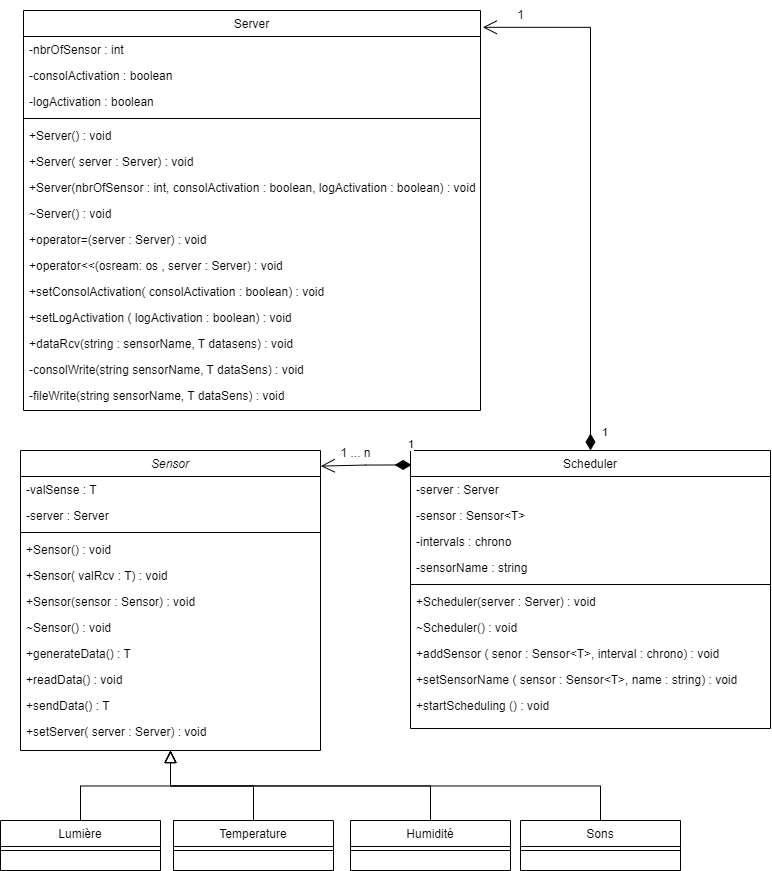
This is Diagramme_UML_AP4A.drawio.png from Lucashblt/Projet_APAA, a draw.io export, as it was before one commit. Source tidied: cells renumbered, new cells last; positions are measured from the earlier drawing's top-left corner, leaving out a move shared by most shapes. Its diagram source:
```xml
<mxGraphModel>
  <root>
    <mxCell id="0" />
    <mxCell id="1" parent="0" />
    <mxCell id="2" value="Sensor" style="swimlane;fontStyle=2;align=center;verticalAlign=top;horizontal=1;startSize=26;rounded=0;shadow=0;strokeWidth=1;" parent="1" vertex="1">
      <mxGeometry x="20" y="450" width="300" height="300" as="geometry" />
    </mxCell>
    <mxCell id="3" value="-valSense : T" style="text;align=left;verticalAlign=top;spacingLeft=4;spacingRight=4;overflow=hidden;" parent="2" vertex="1">
      <mxGeometry y="26" width="300" height="26" as="geometry" />
    </mxCell>
    <mxCell id="4" value="-server : Server" style="text;align=left;verticalAlign=top;spacingLeft=4;spacingRight=4;overflow=hidden;rounded=0;shadow=0;html=0;" parent="2" vertex="1">
      <mxGeometry y="52" width="300" height="26" as="geometry" />
    </mxCell>
    <mxCell id="5" style="line;html=1;strokeWidth=1;align=left;verticalAlign=middle;spacingTop=-1;spacingLeft=3;spacingRight=3;labelPosition=right;" parent="2" vertex="1">
      <mxGeometry y="78" width="300" height="8" as="geometry" />
    </mxCell>
    <mxCell id="6" value="+Sensor() : void" style="text;align=left;verticalAlign=top;spacingLeft=4;spacingRight=4;overflow=hidden;rounded=0;shadow=0;html=0;" parent="2" vertex="1">
      <mxGeometry y="86" width="300" height="26" as="geometry" />
    </mxCell>
    <mxCell id="7" value="+Sensor( valRcv : T) : void" style="text;align=left;verticalAlign=top;spacingLeft=4;spacingRight=4;overflow=hidden;" parent="2" vertex="1">
      <mxGeometry y="112" width="300" height="26" as="geometry" />
    </mxCell>
    <mxCell id="8" value="+Sensor(sensor : Sensor) : void" style="text;align=left;verticalAlign=top;spacingLeft=4;spacingRight=4;overflow=hidden;" parent="2" vertex="1">
      <mxGeometry y="138" width="300" height="26" as="geometry" />
    </mxCell>
    <mxCell id="9" value="~Sensor() : void" style="text;align=left;verticalAlign=top;spacingLeft=4;spacingRight=4;overflow=hidden;" parent="2" vertex="1">
      <mxGeometry y="164" width="300" height="26" as="geometry" />
    </mxCell>
    <mxCell id="10" value="+generateData() : T" style="text;align=left;verticalAlign=top;spacingLeft=4;spacingRight=4;overflow=hidden;" parent="2" vertex="1">
      <mxGeometry y="190" width="300" height="26" as="geometry" />
    </mxCell>
    <mxCell id="11" value="+readData() : void" style="text;align=left;verticalAlign=top;spacingLeft=4;spacingRight=4;overflow=hidden;" parent="2" vertex="1">
      <mxGeometry y="216" width="300" height="26" as="geometry" />
    </mxCell>
    <mxCell id="12" value="+sendData() : T" style="text;align=left;verticalAlign=top;spacingLeft=4;spacingRight=4;overflow=hidden;" parent="2" vertex="1">
      <mxGeometry y="242" width="300" height="26" as="geometry" />
    </mxCell>
    <mxCell id="13" value="+setServer( server : Server) : void" style="text;align=left;verticalAlign=top;spacingLeft=4;spacingRight=4;overflow=hidden;" parent="2" vertex="1">
      <mxGeometry y="268" width="300" height="26" as="geometry" />
    </mxCell>
    <mxCell id="14" value="Temperature" style="swimlane;fontStyle=0;align=center;verticalAlign=top;horizontal=1;startSize=26;rounded=0;shadow=0;strokeWidth=1;" parent="1" vertex="1">
      <mxGeometry x="173" y="820" width="160" height="50" as="geometry" />
    </mxCell>
    <mxCell id="15" style="line;html=1;strokeWidth=1;align=left;verticalAlign=middle;spacingTop=-1;spacingLeft=3;spacingRight=3;labelPosition=right;" parent="14" vertex="1">
      <mxGeometry y="26" width="160" height="8" as="geometry" />
    </mxCell>
    <mxCell id="16" style="endArrow=block;endSize=10;endFill=0;shadow=0;strokeWidth=1;rounded=0;edgeStyle=elbowEdgeStyle;elbow=vertical;" parent="1" edge="1" source="14" target="2">
      <mxGeometry relative="1" as="geometry" />
    </mxCell>
    <mxCell id="17" value="Humidité" style="swimlane;fontStyle=0;align=center;verticalAlign=top;horizontal=1;startSize=26;rounded=0;shadow=0;strokeWidth=1;" parent="1" vertex="1">
      <mxGeometry x="350" y="820" width="160" height="50" as="geometry" />
    </mxCell>
    <mxCell id="18" style="line;html=1;strokeWidth=1;align=left;verticalAlign=middle;spacingTop=-1;spacingLeft=3;spacingRight=3;labelPosition=right;" parent="17" vertex="1">
      <mxGeometry y="26" width="160" height="8" as="geometry" />
    </mxCell>
    <mxCell id="19" style="endArrow=block;endSize=10;endFill=0;shadow=0;strokeWidth=1;rounded=0;edgeStyle=elbowEdgeStyle;elbow=vertical;" parent="1" edge="1" source="17" target="2">
      <mxGeometry relative="1" as="geometry" />
    </mxCell>
    <mxCell id="20" value="Scheduler" style="swimlane;fontStyle=0;align=center;verticalAlign=top;horizontal=1;startSize=26;rounded=0;shadow=0;strokeWidth=1;" parent="1" vertex="1">
      <mxGeometry x="410" y="450" width="360" height="278" as="geometry" />
    </mxCell>
    <mxCell id="21" value="-server : Server" style="text;align=left;verticalAlign=top;spacingLeft=4;spacingRight=4;overflow=hidden;" parent="20" vertex="1">
      <mxGeometry y="26" width="360" height="26" as="geometry" />
    </mxCell>
    <mxCell id="22" value="-sensor : Sensor&lt;T&gt;" style="text;align=left;verticalAlign=top;spacingLeft=4;spacingRight=4;overflow=hidden;rounded=0;shadow=0;html=0;" parent="20" vertex="1">
      <mxGeometry y="52" width="360" height="26" as="geometry" />
    </mxCell>
    <mxCell id="23" value="-intervals : chrono" style="text;align=left;verticalAlign=top;spacingLeft=4;spacingRight=4;overflow=hidden;rounded=0;shadow=0;html=0;" parent="20" vertex="1">
      <mxGeometry y="78" width="360" height="26" as="geometry" />
    </mxCell>
    <mxCell id="24" value="-sensorName : string" style="text;align=left;verticalAlign=top;spacingLeft=4;spacingRight=4;overflow=hidden;rounded=0;shadow=0;html=0;" parent="20" vertex="1">
      <mxGeometry y="104" width="360" height="26" as="geometry" />
    </mxCell>
    <mxCell id="25" style="line;html=1;strokeWidth=1;align=left;verticalAlign=middle;spacingTop=-1;spacingLeft=3;spacingRight=3;labelPosition=right;" parent="20" vertex="1">
      <mxGeometry y="130" width="360" height="8" as="geometry" />
    </mxCell>
    <mxCell id="26" value="+Scheduler(server : Server) : void" style="text;align=left;verticalAlign=top;spacingLeft=4;spacingRight=4;overflow=hidden;" parent="20" vertex="1">
      <mxGeometry y="138" width="360" height="26" as="geometry" />
    </mxCell>
    <mxCell id="27" value="~Scheduler() : void" style="text;align=left;verticalAlign=top;spacingLeft=4;spacingRight=4;overflow=hidden;rounded=0;shadow=0;html=0;" parent="20" vertex="1">
      <mxGeometry y="164" width="360" height="26" as="geometry" />
    </mxCell>
    <mxCell id="28" value="+addSensor ( senor : Sensor&lt;T&gt;, interval : chrono) : void" style="text;align=left;verticalAlign=top;spacingLeft=4;spacingRight=4;overflow=hidden;" parent="20" vertex="1">
      <mxGeometry y="190" width="360" height="26" as="geometry" />
    </mxCell>
    <mxCell id="29" value="+setSensorName ( sensor : Sensor&lt;T&gt;, name : string) : void" style="text;align=left;verticalAlign=top;spacingLeft=4;spacingRight=4;overflow=hidden;" parent="20" vertex="1">
      <mxGeometry y="216" width="360" height="26" as="geometry" />
    </mxCell>
    <mxCell id="30" value="+startScheduling () : void" style="text;align=left;verticalAlign=top;spacingLeft=4;spacingRight=4;overflow=hidden;" parent="20" vertex="1">
      <mxGeometry y="242" width="360" height="26" as="geometry" />
    </mxCell>
    <mxCell id="31" value="Server" style="swimlane;fontStyle=0;align=center;verticalAlign=top;horizontal=1;startSize=26;rounded=0;shadow=0;strokeWidth=1;" parent="1" vertex="1">
      <mxGeometry x="23" y="10" width="457" height="400" as="geometry" />
    </mxCell>
    <mxCell id="32" value="-nbrOfSensor : int&#10;" style="text;align=left;verticalAlign=top;spacingLeft=4;spacingRight=4;overflow=hidden;" parent="31" vertex="1">
      <mxGeometry y="26" width="457" height="26" as="geometry" />
    </mxCell>
    <mxCell id="33" value="-consolActivation : boolean" style="text;align=left;verticalAlign=top;spacingLeft=4;spacingRight=4;overflow=hidden;rounded=0;shadow=0;html=0;" parent="31" vertex="1">
      <mxGeometry y="52" width="457" height="26" as="geometry" />
    </mxCell>
    <mxCell id="34" value="-logActivation : boolean" style="text;align=left;verticalAlign=top;spacingLeft=4;spacingRight=4;overflow=hidden;rounded=0;shadow=0;html=0;" parent="31" vertex="1">
      <mxGeometry y="78" width="457" height="26" as="geometry" />
    </mxCell>
    <mxCell id="35" style="line;html=1;strokeWidth=1;align=left;verticalAlign=middle;spacingTop=-1;spacingLeft=3;spacingRight=3;labelPosition=right;" parent="31" vertex="1">
      <mxGeometry y="104" width="457" height="8" as="geometry" />
    </mxCell>
    <mxCell id="36" value="+Server() : void" style="text;align=left;verticalAlign=top;spacingLeft=4;spacingRight=4;overflow=hidden;" parent="31" vertex="1">
      <mxGeometry y="112" width="457" height="26" as="geometry" />
    </mxCell>
    <mxCell id="37" value="+Server( server : Server) : void&#10;" style="text;align=left;verticalAlign=top;spacingLeft=4;spacingRight=4;overflow=hidden;" parent="31" vertex="1">
      <mxGeometry y="138" width="457" height="26" as="geometry" />
    </mxCell>
    <mxCell id="38" value="+Server(nbrOfSensor : int, consolActivation : boolean, logActivation : boolean) : void" style="text;align=left;verticalAlign=top;spacingLeft=4;spacingRight=4;overflow=hidden;" parent="31" vertex="1">
      <mxGeometry y="164" width="457" height="26" as="geometry" />
    </mxCell>
    <mxCell id="39" value="~Server() : void" style="text;align=left;verticalAlign=top;spacingLeft=4;spacingRight=4;overflow=hidden;" parent="31" vertex="1">
      <mxGeometry y="190" width="457" height="26" as="geometry" />
    </mxCell>
    <mxCell id="40" value="+operator=(server : Server) : void" style="text;align=left;verticalAlign=top;spacingLeft=4;spacingRight=4;overflow=hidden;" parent="31" vertex="1">
      <mxGeometry y="216" width="457" height="26" as="geometry" />
    </mxCell>
    <mxCell id="41" value="+operator&lt;&lt;(osream: os , server : Server) : void" style="text;align=left;verticalAlign=top;spacingLeft=4;spacingRight=4;overflow=hidden;" parent="31" vertex="1">
      <mxGeometry y="242" width="457" height="26" as="geometry" />
    </mxCell>
    <mxCell id="42" value="+setConsolActivation( consolActivation : boolean) : void" style="text;align=left;verticalAlign=top;spacingLeft=4;spacingRight=4;overflow=hidden;" parent="31" vertex="1">
      <mxGeometry y="268" width="457" height="26" as="geometry" />
    </mxCell>
    <mxCell id="43" value="+setLogActivation ( logActivation : boolean) : void" style="text;align=left;verticalAlign=top;spacingLeft=4;spacingRight=4;overflow=hidden;" parent="31" vertex="1">
      <mxGeometry y="294" width="457" height="26" as="geometry" />
    </mxCell>
    <mxCell id="44" value="+dataRcv(string : sensorName, T datasens) : void" style="text;align=left;verticalAlign=top;spacingLeft=4;spacingRight=4;overflow=hidden;" parent="31" vertex="1">
      <mxGeometry y="320" width="457" height="26" as="geometry" />
    </mxCell>
    <mxCell id="45" value="-consolWrite(string sensorName, T dataSens) : void " style="text;align=left;verticalAlign=top;spacingLeft=4;spacingRight=4;overflow=hidden;rounded=0;shadow=0;html=0;" parent="31" vertex="1">
      <mxGeometry y="346" width="457" height="26" as="geometry" />
    </mxCell>
    <mxCell id="46" value="-fileWrite(string sensorName, T dataSens) : void" style="text;align=left;verticalAlign=top;spacingLeft=4;spacingRight=4;overflow=hidden;rounded=0;shadow=0;html=0;" parent="31" vertex="1">
      <mxGeometry y="372" width="457" height="26" as="geometry" />
    </mxCell>
    <mxCell id="47" style="align=right;verticalAlign=bottom;labelBackgroundColor=none;fontSize=12;" parent="1" vertex="1">
      <mxGeometry x="183" y="482" as="geometry" />
    </mxCell>
    <mxCell id="48" value="1" style="endArrow=open;html=1;endSize=12;startArrow=diamondThin;startSize=14;startFill=1;edgeStyle=orthogonalEdgeStyle;align=left;verticalAlign=bottom;rounded=0;exitX=0.5;exitY=0;exitDx=0;exitDy=0;entryX=1.005;entryY=0.042;entryDx=0;entryDy=0;entryPerimeter=0;" parent="1" edge="1" source="20" target="31">
      <mxGeometry x="-0.97" y="-10" relative="1" as="geometry">
        <Array as="points">
          <mxPoint x="590" y="27" />
        </Array>
      </mxGeometry>
    </mxCell>
    <mxCell id="49" value="1" style="text;html=1;align=center;verticalAlign=middle;strokeColor=none;fillColor=none;" parent="1" vertex="1">
      <mxGeometry x="505" width="30" height="30" as="geometry" />
    </mxCell>
    <mxCell id="50" value="1" style="endArrow=open;html=1;endSize=12;startArrow=diamondThin;startSize=14;startFill=1;edgeStyle=orthogonalEdgeStyle;align=left;verticalAlign=bottom;rounded=0;entryX=1.001;entryY=0.052;entryDx=0;entryDy=0;entryPerimeter=0;exitX=0.003;exitY=0.052;exitDx=0;exitDy=0;exitPerimeter=0;" parent="1" edge="1" source="20" target="2">
      <mxGeometry x="-0.9" y="-11" relative="1" as="geometry" />
    </mxCell>
    <mxCell id="51" value="1 ... n" style="text;html=1;align=center;verticalAlign=middle;strokeColor=none;fillColor=none;" parent="1" vertex="1">
      <mxGeometry x="330" y="438" width="50" height="30" as="geometry" />
    </mxCell>
    <mxCell id="52" value="Lumière" style="swimlane;fontStyle=0;align=center;verticalAlign=top;horizontal=1;startSize=26;rounded=0;shadow=0;strokeWidth=1;" parent="1" vertex="1">
      <mxGeometry y="820" width="160" height="50" as="geometry" />
    </mxCell>
    <mxCell id="53" style="line;html=1;strokeWidth=1;align=left;verticalAlign=middle;spacingTop=-1;spacingLeft=3;spacingRight=3;labelPosition=right;" parent="52" vertex="1">
      <mxGeometry y="26" width="160" height="8" as="geometry" />
    </mxCell>
    <mxCell id="54" value="Sons" style="swimlane;fontStyle=0;align=center;verticalAlign=top;horizontal=1;startSize=26;rounded=0;shadow=0;strokeWidth=1;" parent="1" vertex="1">
      <mxGeometry x="520" y="820" width="160" height="50" as="geometry" />
    </mxCell>
    <mxCell id="55" style="line;html=1;strokeWidth=1;align=left;verticalAlign=middle;spacingTop=-1;spacingLeft=3;spacingRight=3;labelPosition=right;" parent="54" vertex="1">
      <mxGeometry y="26" width="160" height="8" as="geometry" />
    </mxCell>
    <mxCell id="56" style="endArrow=block;endSize=10;endFill=0;shadow=0;strokeWidth=1;rounded=0;edgeStyle=elbowEdgeStyle;elbow=vertical;exitX=0.5;exitY=0;exitDx=0;exitDy=0;" parent="1" edge="1" source="52">
      <mxGeometry relative="1" as="geometry">
        <mxPoint x="170" y="750" as="targetPoint" />
      </mxGeometry>
    </mxCell>
    <mxCell id="57" style="endArrow=block;endSize=10;endFill=0;shadow=0;strokeWidth=1;rounded=0;edgeStyle=elbowEdgeStyle;elbow=vertical;exitX=0.5;exitY=0;exitDx=0;exitDy=0;" parent="1" edge="1" source="54">
      <mxGeometry relative="1" as="geometry">
        <mxPoint x="170" y="750" as="targetPoint" />
      </mxGeometry>
    </mxCell>
  </root>
</mxGraphModel>
```
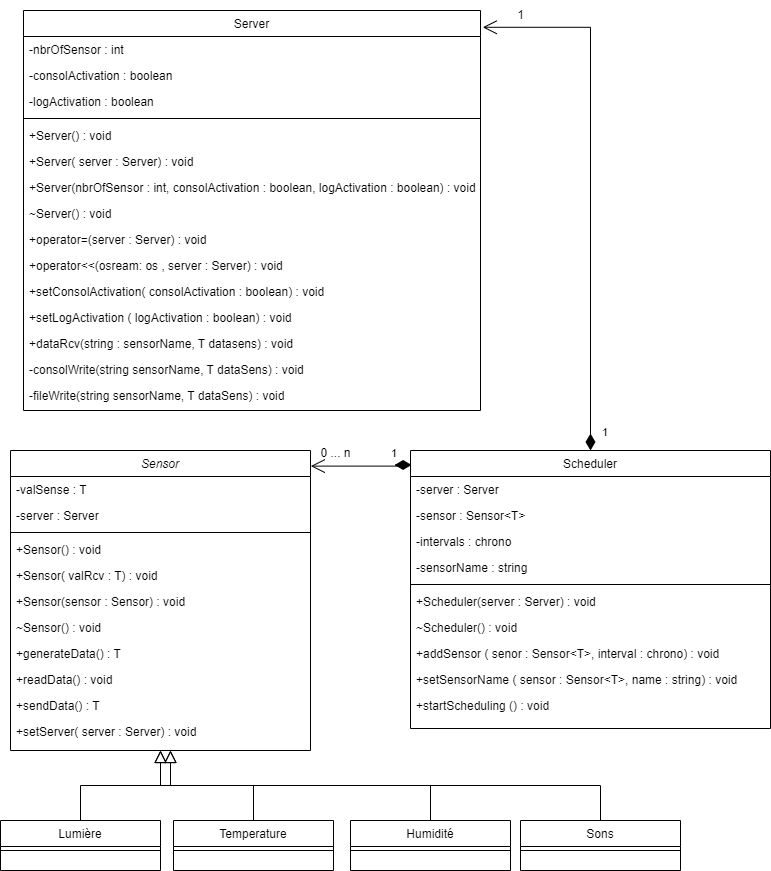
After the commit.

Diff of the diagram source:
```diff
@@ -3,7 +3,7 @@
     <mxCell id="0" />
     <mxCell id="1" parent="0" />
     <mxCell id="2" value="Sensor" style="swimlane;fontStyle=2;align=center;verticalAlign=top;horizontal=1;startSize=26;rounded=0;shadow=0;strokeWidth=1;" parent="1" vertex="1">
-      <mxGeometry x="20" y="450" width="300" height="300" as="geometry" />
+      <mxGeometry x="10" y="450" width="300" height="300" as="geometry" />
     </mxCell>
     <mxCell id="3" value="-valSense : T" style="text;align=left;verticalAlign=top;spacingLeft=4;spacingRight=4;overflow=hidden;" parent="2" vertex="1">
       <mxGeometry y="26" width="300" height="26" as="geometry" />
@@ -151,10 +151,15 @@
       <mxGeometry x="505" width="30" height="30" as="geometry" />
     </mxCell>
     <mxCell id="50" value="1" style="endArrow=open;html=1;endSize=12;startArrow=diamondThin;startSize=14;startFill=1;edgeStyle=orthogonalEdgeStyle;align=left;verticalAlign=bottom;rounded=0;entryX=1.001;entryY=0.052;entryDx=0;entryDy=0;entryPerimeter=0;exitX=0.003;exitY=0.052;exitDx=0;exitDy=0;exitPerimeter=0;" parent="1" edge="1" source="20" target="2">
-      <mxGeometry x="-0.9" y="-11" relative="1" as="geometry" />
+      <mxGeometry x="-0.54" y="-4" relative="1" as="geometry">
+        <Array as="points">
+          <mxPoint x="400" y="464" />
+          <mxPoint x="400" y="466" />
+        </Array>
+      </mxGeometry>
     </mxCell>
-    <mxCell id="51" value="1 ... n" style="text;html=1;align=center;verticalAlign=middle;strokeColor=none;fillColor=none;" parent="1" vertex="1">
-      <mxGeometry x="330" y="438" width="50" height="30" as="geometry" />
+    <mxCell id="51" value="0 ... n" style="text;html=1;align=center;verticalAlign=middle;strokeColor=none;fillColor=none;" parent="1" vertex="1">
+      <mxGeometry x="310" y="438" width="50" height="30" as="geometry" />
     </mxCell>
     <mxCell id="52" value="Lumière" style="swimlane;fontStyle=0;align=center;verticalAlign=top;horizontal=1;startSize=26;rounded=0;shadow=0;strokeWidth=1;" parent="1" vertex="1">
       <mxGeometry y="820" width="160" height="50" as="geometry" />
```
